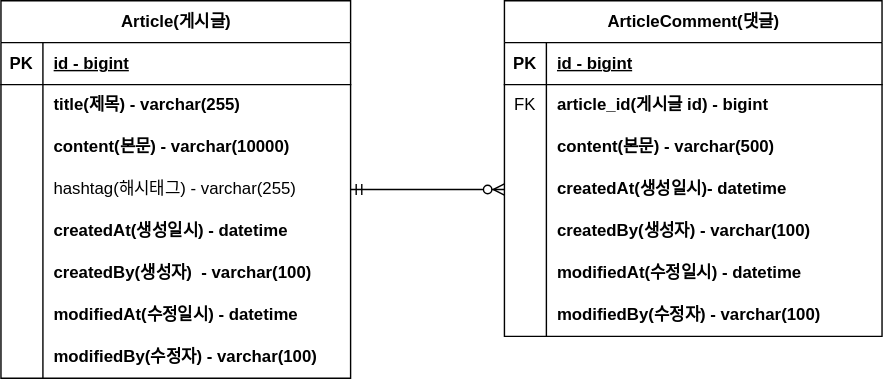
Before: document/project-board-erd.svg, a diagram exported from draw.io (slows14tem/fastcampus-project-board). Source tidied: cells renumbered, new cells last; positions are measured from the earlier drawing's top-left corner, leaving out a move shared by most shapes.
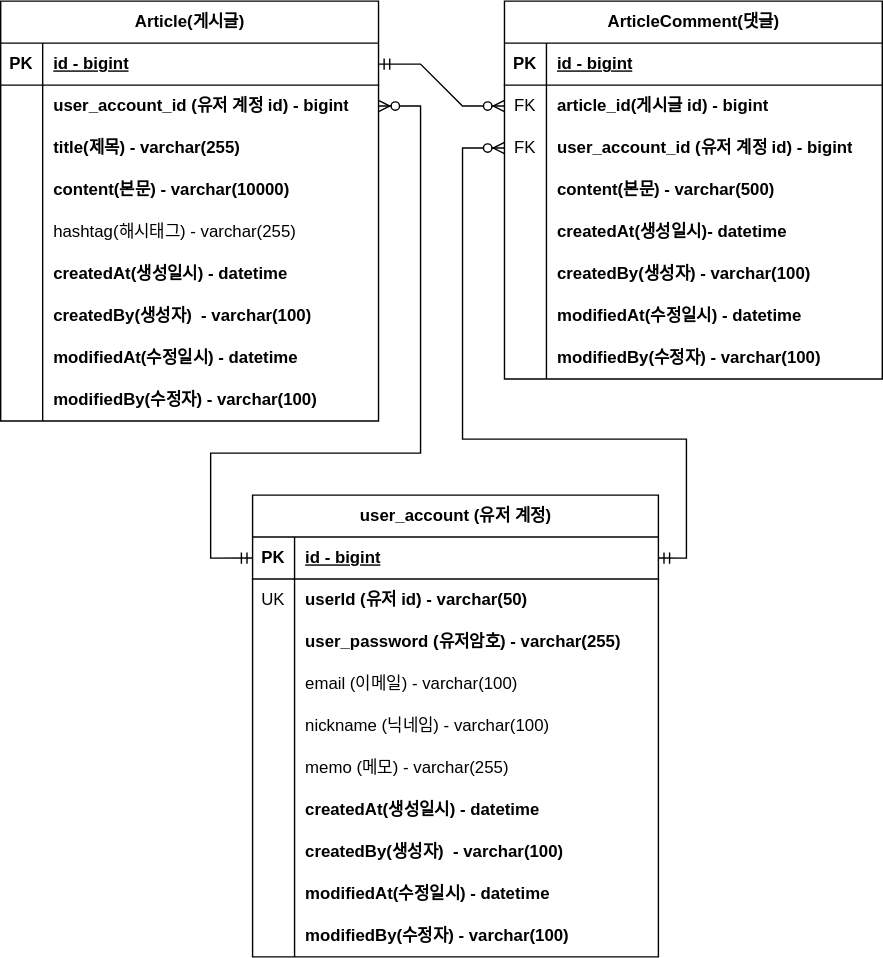
The same file after the commit.

Diff of the diagram source:
```diff
@@ -5,6 +5,6 @@
     <mxCell id="2" value="Article(게시글)" style="shape=table;startSize=30;rowLines=0;fontStyle=1;align=center;html=1;" parent="1" vertex="1">
-      <mxGeometry width="250" height="270" as="geometry" />
+      <mxGeometry width="270" height="300" as="geometry" />
     </mxCell>
     <mxCell id="3" style="shape=tableRow;horizontal=0;startSize=0;swimlaneHead=0;swimlaneBody=0;fillColor=none;points=[[0,0.5],[1,0.5]];portConstraint=eastwest;top=0;left=0;right=0;bottom=1;" parent="2" vertex="1">
-      <mxGeometry y="30" width="250" height="30" as="geometry" />
+      <mxGeometry y="30" width="270" height="30" as="geometry" />
     </mxCell>
@@ -14,6 +14,6 @@
     <mxCell id="5" value="id - bigint" style="shape=partialRectangle;fillColor=none;top=0;left=0;bottom=0;right=0;align=left;spacingLeft=6;fontStyle=5;overflow=hidden;whiteSpace=wrap;html=1;" parent="3" vertex="1">
-      <mxGeometry x="30" width="220" height="30" as="geometry" />
+      <mxGeometry x="30" width="240" height="30" as="geometry" />
     </mxCell>
     <mxCell id="6" style="shape=tableRow;horizontal=0;startSize=0;swimlaneHead=0;swimlaneBody=0;fillColor=none;points=[[0,0.5],[1,0.5]];portConstraint=eastwest;top=0;left=0;right=0;bottom=0;" parent="2" vertex="1">
-      <mxGeometry y="60" width="250" height="30" as="geometry" />
+      <mxGeometry y="60" width="270" height="30" as="geometry" />
     </mxCell>
@@ -22,7 +22,16 @@
     </mxCell>
-    <mxCell id="8" value="title(제목) - varchar(255)" style="shape=partialRectangle;fillColor=none;top=0;left=0;bottom=0;right=0;align=left;spacingLeft=6;overflow=hidden;whiteSpace=wrap;html=1;fontStyle=1;" parent="6" vertex="1">
-      <mxGeometry x="30" width="220" height="30" as="geometry" />
+    <mxCell id="8" value="user_account_id (유저 계정 id) - bigint" style="shape=partialRectangle;fillColor=none;top=0;left=0;bottom=0;right=0;align=left;spacingLeft=6;overflow=hidden;whiteSpace=wrap;html=1;fontStyle=1;" parent="6" vertex="1">
+      <mxGeometry x="30" width="240" height="30" as="geometry" />
     </mxCell>
+    <mxCell id="50" style="shape=tableRow;horizontal=0;startSize=0;swimlaneHead=0;swimlaneBody=0;fillColor=none;top=0;left=0;right=0;bottom=0;" parent="2" vertex="1">
+      <mxGeometry y="90" width="270" height="30" as="geometry" />
+    </mxCell>
+    <mxCell id="51" style="shape=partialRectangle;fillColor=none;top=0;left=0;bottom=0;right=0;overflow=hidden;whiteSpace=wrap;html=1;" parent="50" vertex="1">
+      <mxGeometry width="30" height="30" as="geometry" />
+    </mxCell>
+    <mxCell id="52" value="title(제목) - varchar(255)" style="shape=partialRectangle;fillColor=none;top=0;left=0;bottom=0;right=0;align=left;spacingLeft=6;overflow=hidden;whiteSpace=wrap;html=1;fontStyle=1;" parent="50" vertex="1">
+      <mxGeometry x="30" width="240" height="30" as="geometry" />
+    </mxCell>
     <mxCell id="9" style="shape=tableRow;horizontal=0;startSize=0;swimlaneHead=0;swimlaneBody=0;fillColor=none;top=0;left=0;right=0;bottom=0;" parent="2" vertex="1">
-      <mxGeometry y="90" width="250" height="30" as="geometry" />
+      <mxGeometry y="120" width="270" height="30" as="geometry" />
     </mxCell>
@@ -32,6 +41,6 @@
     <mxCell id="11" value="content(본문) - varchar(10000)" style="shape=partialRectangle;fillColor=none;top=0;left=0;bottom=0;right=0;align=left;spacingLeft=6;overflow=hidden;whiteSpace=wrap;html=1;fontStyle=1;" parent="9" vertex="1">
-      <mxGeometry x="30" width="220" height="30" as="geometry" />
+      <mxGeometry x="30" width="240" height="30" as="geometry" />
     </mxCell>
     <mxCell id="12" style="shape=tableRow;horizontal=0;startSize=0;swimlaneHead=0;swimlaneBody=0;fillColor=none;points=[[0,0.5],[1,0.5]];portConstraint=eastwest;top=0;left=0;right=0;bottom=0;" parent="2" vertex="1">
-      <mxGeometry y="120" width="250" height="30" as="geometry" />
+      <mxGeometry y="150" width="270" height="30" as="geometry" />
     </mxCell>
@@ -41,6 +50,6 @@
     <mxCell id="14" value="hashtag(해시태그)&amp;nbsp;- varchar(255)" style="shape=partialRectangle;fillColor=none;top=0;left=0;bottom=0;right=0;align=left;spacingLeft=6;overflow=hidden;whiteSpace=wrap;html=1;" parent="12" vertex="1">
-      <mxGeometry x="30" width="220" height="30" as="geometry" />
+      <mxGeometry x="30" width="240" height="30" as="geometry" />
     </mxCell>
     <mxCell id="15" style="shape=tableRow;horizontal=0;startSize=0;swimlaneHead=0;swimlaneBody=0;fillColor=none;top=0;left=0;right=0;bottom=0;" parent="2" vertex="1">
-      <mxGeometry y="150" width="250" height="30" as="geometry" />
+      <mxGeometry y="180" width="270" height="30" as="geometry" />
     </mxCell>
@@ -50,6 +59,6 @@
     <mxCell id="17" value="createdAt(생성일시) - datetime" style="shape=partialRectangle;fillColor=none;top=0;left=0;bottom=0;right=0;align=left;spacingLeft=6;overflow=hidden;whiteSpace=wrap;html=1;fontStyle=1;" parent="15" vertex="1">
-      <mxGeometry x="30" width="220" height="30" as="geometry" />
+      <mxGeometry x="30" width="240" height="30" as="geometry" />
     </mxCell>
     <mxCell id="18" style="shape=tableRow;horizontal=0;startSize=0;swimlaneHead=0;swimlaneBody=0;fillColor=none;top=0;left=0;right=0;bottom=0;" parent="2" vertex="1">
-      <mxGeometry y="180" width="250" height="30" as="geometry" />
+      <mxGeometry y="210" width="270" height="30" as="geometry" />
     </mxCell>
@@ -59,6 +68,6 @@
     <mxCell id="20" value="createdBy(생성자)&amp;nbsp;&amp;nbsp;- varchar(100)" style="shape=partialRectangle;fillColor=none;top=0;left=0;bottom=0;right=0;align=left;spacingLeft=6;overflow=hidden;whiteSpace=wrap;html=1;fontStyle=1;" parent="18" vertex="1">
-      <mxGeometry x="30" width="220" height="30" as="geometry" />
+      <mxGeometry x="30" width="240" height="30" as="geometry" />
     </mxCell>
     <mxCell id="21" style="shape=tableRow;horizontal=0;startSize=0;swimlaneHead=0;swimlaneBody=0;fillColor=none;top=0;left=0;right=0;bottom=0;" parent="2" vertex="1">
-      <mxGeometry y="210" width="250" height="30" as="geometry" />
+      <mxGeometry y="240" width="270" height="30" as="geometry" />
     </mxCell>
@@ -68,6 +77,6 @@
     <mxCell id="23" value="modifiedAt(수정일시) - datetime" style="shape=partialRectangle;fillColor=none;top=0;left=0;bottom=0;right=0;align=left;spacingLeft=6;overflow=hidden;whiteSpace=wrap;html=1;fontStyle=1;" parent="21" vertex="1">
-      <mxGeometry x="30" width="220" height="30" as="geometry" />
+      <mxGeometry x="30" width="240" height="30" as="geometry" />
     </mxCell>
     <mxCell id="24" style="shape=tableRow;horizontal=0;startSize=0;swimlaneHead=0;swimlaneBody=0;fillColor=none;top=0;left=0;right=0;bottom=0;" parent="2" vertex="1">
-      <mxGeometry y="240" width="250" height="30" as="geometry" />
+      <mxGeometry y="270" width="270" height="30" as="geometry" />
     </mxCell>
@@ -77,6 +86,6 @@
     <mxCell id="26" value="modifiedBy(수정자)&amp;nbsp;- varchar(100)" style="shape=partialRectangle;fillColor=none;top=0;left=0;bottom=0;right=0;align=left;spacingLeft=6;overflow=hidden;whiteSpace=wrap;html=1;fontStyle=1;" parent="24" vertex="1">
-      <mxGeometry x="30" width="220" height="30" as="geometry" />
+      <mxGeometry x="30" width="240" height="30" as="geometry" />
     </mxCell>
     <mxCell id="27" value="ArticleComment(댓글)" style="shape=table;startSize=30;rowLines=0;fontStyle=1;align=center;html=1;" parent="1" vertex="1">
-      <mxGeometry x="360" width="270" height="240" as="geometry" />
+      <mxGeometry x="360" width="270" height="270" as="geometry" />
     </mxCell>
@@ -100,4 +109,13 @@
     </mxCell>
+    <mxCell id="53" style="shape=tableRow;horizontal=0;startSize=0;swimlaneHead=0;swimlaneBody=0;fillColor=none;points=[[0,0.5],[1,0.5]];portConstraint=eastwest;top=0;left=0;right=0;bottom=0;" parent="27" vertex="1">
+      <mxGeometry y="90" width="270" height="30" as="geometry" />
+    </mxCell>
+    <mxCell id="54" value="FK" style="shape=partialRectangle;fillColor=none;top=0;left=0;bottom=0;right=0;overflow=hidden;whiteSpace=wrap;html=1;" parent="53" vertex="1">
+      <mxGeometry width="30" height="30" as="geometry" />
+    </mxCell>
+    <mxCell id="55" value="user_account_id (유저 계정 id) - bigint" style="shape=partialRectangle;fillColor=none;top=0;left=0;bottom=0;right=0;align=left;spacingLeft=6;overflow=hidden;whiteSpace=wrap;html=1;fontStyle=1;" parent="53" vertex="1">
+      <mxGeometry x="30" width="240" height="30" as="geometry" />
+    </mxCell>
     <mxCell id="34" style="shape=tableRow;horizontal=0;startSize=0;swimlaneHead=0;swimlaneBody=0;fillColor=none;top=0;left=0;right=0;bottom=0;" parent="27" vertex="1">
-      <mxGeometry y="90" width="270" height="30" as="geometry" />
+      <mxGeometry y="120" width="270" height="30" as="geometry" />
     </mxCell>
@@ -110,3 +128,3 @@
     <mxCell id="37" style="shape=tableRow;horizontal=0;startSize=0;swimlaneHead=0;swimlaneBody=0;fillColor=none;points=[[0,0.5],[1,0.5]];portConstraint=eastwest;top=0;left=0;right=0;bottom=0;" parent="27" vertex="1">
-      <mxGeometry y="120" width="270" height="30" as="geometry" />
+      <mxGeometry y="150" width="270" height="30" as="geometry" />
     </mxCell>
@@ -119,3 +137,3 @@
     <mxCell id="40" style="shape=tableRow;horizontal=0;startSize=0;swimlaneHead=0;swimlaneBody=0;fillColor=none;top=0;left=0;right=0;bottom=0;" parent="27" vertex="1">
-      <mxGeometry y="150" width="270" height="30" as="geometry" />
+      <mxGeometry y="180" width="270" height="30" as="geometry" />
     </mxCell>
@@ -128,3 +146,3 @@
     <mxCell id="43" style="shape=tableRow;horizontal=0;startSize=0;swimlaneHead=0;swimlaneBody=0;fillColor=none;top=0;left=0;right=0;bottom=0;" parent="27" vertex="1">
-      <mxGeometry y="180" width="270" height="30" as="geometry" />
+      <mxGeometry y="210" width="270" height="30" as="geometry" />
     </mxCell>
@@ -137,3 +155,3 @@
     <mxCell id="46" style="shape=tableRow;horizontal=0;startSize=0;swimlaneHead=0;swimlaneBody=0;fillColor=none;top=0;left=0;right=0;bottom=0;" parent="27" vertex="1">
-      <mxGeometry y="210" width="270" height="30" as="geometry" />
+      <mxGeometry y="240" width="270" height="30" as="geometry" />
     </mxCell>
@@ -145,5 +163,118 @@
     </mxCell>
-    <mxCell id="49" style="edgeStyle=entityRelationEdgeStyle;fontSize=12;html=1;endArrow=ERzeroToMany;startArrow=ERmandOne;rounded=0;exitX=1;exitY=0.5;exitDx=0;exitDy=0;entryX=0;entryY=0.5;entryDx=0;entryDy=0;" parent="1" edge="1" source="12" target="37">
+    <mxCell id="49" style="edgeStyle=entityRelationEdgeStyle;fontSize=12;html=1;endArrow=ERzeroToMany;startArrow=ERmandOne;rounded=0;exitX=1;exitY=0.5;exitDx=0;exitDy=0;entryX=0;entryY=0.5;entryDx=0;entryDy=0;" parent="1" edge="1" source="3" target="31">
       <mxGeometry relative="1" as="geometry" />
     </mxCell>
+    <mxCell id="56" value="user_account (유저 계정)" style="shape=table;startSize=30;rowLines=0;fontStyle=1;align=center;html=1;" parent="1" vertex="1">
+      <mxGeometry x="180" y="353" width="290" height="330" as="geometry" />
+    </mxCell>
+    <mxCell id="57" style="shape=tableRow;horizontal=0;startSize=0;swimlaneHead=0;swimlaneBody=0;fillColor=none;points=[[0,0.5],[1,0.5]];portConstraint=eastwest;top=0;left=0;right=0;bottom=1;" parent="56" vertex="1">
+      <mxGeometry y="30" width="290" height="30" as="geometry" />
+    </mxCell>
+    <mxCell id="58" value="PK" style="shape=partialRectangle;fillColor=none;top=0;left=0;bottom=0;right=0;fontStyle=1;overflow=hidden;whiteSpace=wrap;html=1;" parent="57" vertex="1">
+      <mxGeometry width="30" height="30" as="geometry" />
+    </mxCell>
+    <mxCell id="59" value="id - bigint" style="shape=partialRectangle;fillColor=none;top=0;left=0;bottom=0;right=0;align=left;spacingLeft=6;fontStyle=5;overflow=hidden;whiteSpace=wrap;html=1;" parent="57" vertex="1">
+      <mxGeometry x="30" width="260" height="30" as="geometry" />
+    </mxCell>
+    <mxCell id="60" style="shape=tableRow;horizontal=0;startSize=0;swimlaneHead=0;swimlaneBody=0;fillColor=none;top=0;left=0;right=0;bottom=0;" parent="56" vertex="1">
+      <mxGeometry y="60" width="290" height="30" as="geometry" />
+    </mxCell>
+    <mxCell id="61" value="UK" style="shape=partialRectangle;fillColor=none;top=0;left=0;bottom=0;right=0;overflow=hidden;whiteSpace=wrap;html=1;" parent="60" vertex="1">
+      <mxGeometry width="30" height="30" as="geometry" />
+    </mxCell>
+    <mxCell id="62" value="userId (유저 id) - varchar(50)" style="shape=partialRectangle;fillColor=none;top=0;left=0;bottom=0;right=0;align=left;spacingLeft=6;overflow=hidden;whiteSpace=wrap;html=1;fontStyle=1;" parent="60" vertex="1">
+      <mxGeometry x="30" width="260" height="30" as="geometry" />
+    </mxCell>
+    <mxCell id="63" style="shape=tableRow;horizontal=0;startSize=0;swimlaneHead=0;swimlaneBody=0;fillColor=none;top=0;left=0;right=0;bottom=0;" parent="56" vertex="1">
+      <mxGeometry y="90" width="290" height="30" as="geometry" />
+    </mxCell>
+    <mxCell id="64" style="shape=partialRectangle;fillColor=none;top=0;left=0;bottom=0;right=0;overflow=hidden;whiteSpace=wrap;html=1;" parent="63" vertex="1">
+      <mxGeometry width="30" height="30" as="geometry" />
+    </mxCell>
+    <mxCell id="65" value="user_password (유저암호) - varchar(255)" style="shape=partialRectangle;fillColor=none;top=0;left=0;bottom=0;right=0;align=left;spacingLeft=6;overflow=hidden;whiteSpace=wrap;html=1;fontStyle=1;" parent="63" vertex="1">
+      <mxGeometry x="30" width="260" height="30" as="geometry" />
+    </mxCell>
+    <mxCell id="66" style="shape=tableRow;horizontal=0;startSize=0;swimlaneHead=0;swimlaneBody=0;fillColor=none;top=0;left=0;right=0;bottom=0;" parent="56" vertex="1">
+      <mxGeometry y="120" width="290" height="30" as="geometry" />
+    </mxCell>
+    <mxCell id="67" style="shape=partialRectangle;fillColor=none;top=0;left=0;bottom=0;right=0;overflow=hidden;whiteSpace=wrap;html=1;" parent="66" vertex="1">
+      <mxGeometry width="30" height="30" as="geometry" />
+    </mxCell>
+    <mxCell id="68" value="&lt;span style=&quot;font-weight: normal;&quot;&gt;email (이메일) - varchar(100)&lt;/span&gt;" style="shape=partialRectangle;fillColor=none;top=0;left=0;bottom=0;right=0;align=left;spacingLeft=6;overflow=hidden;whiteSpace=wrap;html=1;fontStyle=1;" parent="66" vertex="1">
+      <mxGeometry x="30" width="260" height="30" as="geometry" />
+    </mxCell>
+    <mxCell id="69" style="shape=tableRow;horizontal=0;startSize=0;swimlaneHead=0;swimlaneBody=0;fillColor=none;top=0;left=0;right=0;bottom=0;" parent="56" vertex="1">
+      <mxGeometry y="150" width="290" height="30" as="geometry" />
+    </mxCell>
+    <mxCell id="70" style="shape=partialRectangle;fillColor=none;top=0;left=0;bottom=0;right=0;overflow=hidden;whiteSpace=wrap;html=1;" parent="69" vertex="1">
+      <mxGeometry width="30" height="30" as="geometry" />
+    </mxCell>
+    <mxCell id="71" value="nickname (닉네임) - varchar(100)" style="shape=partialRectangle;fillColor=none;top=0;left=0;bottom=0;right=0;align=left;spacingLeft=6;overflow=hidden;whiteSpace=wrap;html=1;" parent="69" vertex="1">
+      <mxGeometry x="30" width="260" height="30" as="geometry" />
+    </mxCell>
+    <mxCell id="72" style="shape=tableRow;horizontal=0;startSize=0;swimlaneHead=0;swimlaneBody=0;fillColor=none;top=0;left=0;right=0;bottom=0;" parent="56" vertex="1">
+      <mxGeometry y="180" width="290" height="30" as="geometry" />
+    </mxCell>
+    <mxCell id="73" style="shape=partialRectangle;fillColor=none;top=0;left=0;bottom=0;right=0;overflow=hidden;whiteSpace=wrap;html=1;" parent="72" vertex="1">
+      <mxGeometry width="30" height="30" as="geometry" />
+    </mxCell>
+    <mxCell id="74" value="memo (메모) - varchar(255)" style="shape=partialRectangle;fillColor=none;top=0;left=0;bottom=0;right=0;align=left;spacingLeft=6;overflow=hidden;whiteSpace=wrap;html=1;" parent="72" vertex="1">
+      <mxGeometry x="30" width="260" height="30" as="geometry" />
+    </mxCell>
+    <mxCell id="75" style="shape=tableRow;horizontal=0;startSize=0;swimlaneHead=0;swimlaneBody=0;fillColor=none;top=0;left=0;right=0;bottom=0;" parent="56" vertex="1">
+      <mxGeometry y="210" width="290" height="30" as="geometry" />
+    </mxCell>
+    <mxCell id="76" style="shape=partialRectangle;fillColor=none;top=0;left=0;bottom=0;right=0;overflow=hidden;whiteSpace=wrap;html=1;" parent="75" vertex="1">
+      <mxGeometry width="30" height="30" as="geometry" />
+    </mxCell>
+    <mxCell id="77" value="createdAt(생성일시) - datetime" style="shape=partialRectangle;fillColor=none;top=0;left=0;bottom=0;right=0;align=left;spacingLeft=6;overflow=hidden;whiteSpace=wrap;html=1;fontStyle=1;" parent="75" vertex="1">
+      <mxGeometry x="30" width="260" height="30" as="geometry" />
+    </mxCell>
+    <mxCell id="78" style="shape=tableRow;horizontal=0;startSize=0;swimlaneHead=0;swimlaneBody=0;fillColor=none;top=0;left=0;right=0;bottom=0;" parent="56" vertex="1">
+      <mxGeometry y="240" width="290" height="30" as="geometry" />
+    </mxCell>
+    <mxCell id="79" style="shape=partialRectangle;fillColor=none;top=0;left=0;bottom=0;right=0;overflow=hidden;whiteSpace=wrap;html=1;" parent="78" vertex="1">
+      <mxGeometry width="30" height="30" as="geometry" />
+    </mxCell>
+    <mxCell id="80" value="createdBy(생성자)&amp;nbsp;&amp;nbsp;- varchar(100)" style="shape=partialRectangle;fillColor=none;top=0;left=0;bottom=0;right=0;align=left;spacingLeft=6;overflow=hidden;whiteSpace=wrap;html=1;fontStyle=1;" parent="78" vertex="1">
+      <mxGeometry x="30" width="260" height="30" as="geometry" />
+    </mxCell>
+    <mxCell id="81" style="shape=tableRow;horizontal=0;startSize=0;swimlaneHead=0;swimlaneBody=0;fillColor=none;top=0;left=0;right=0;bottom=0;" parent="56" vertex="1">
+      <mxGeometry y="270" width="290" height="30" as="geometry" />
+    </mxCell>
+    <mxCell id="82" style="shape=partialRectangle;fillColor=none;top=0;left=0;bottom=0;right=0;overflow=hidden;whiteSpace=wrap;html=1;" parent="81" vertex="1">
+      <mxGeometry width="30" height="30" as="geometry" />
+    </mxCell>
+    <mxCell id="83" value="modifiedAt(수정일시) - datetime" style="shape=partialRectangle;fillColor=none;top=0;left=0;bottom=0;right=0;align=left;spacingLeft=6;overflow=hidden;whiteSpace=wrap;html=1;fontStyle=1;" parent="81" vertex="1">
+      <mxGeometry x="30" width="260" height="30" as="geometry" />
+    </mxCell>
+    <mxCell id="84" style="shape=tableRow;horizontal=0;startSize=0;swimlaneHead=0;swimlaneBody=0;fillColor=none;top=0;left=0;right=0;bottom=0;" parent="56" vertex="1">
+      <mxGeometry y="300" width="290" height="30" as="geometry" />
+    </mxCell>
+    <mxCell id="85" style="shape=partialRectangle;fillColor=none;top=0;left=0;bottom=0;right=0;overflow=hidden;whiteSpace=wrap;html=1;" parent="84" vertex="1">
+      <mxGeometry width="30" height="30" as="geometry" />
+    </mxCell>
+    <mxCell id="86" value="modifiedBy(수정자)&amp;nbsp;- varchar(100)" style="shape=partialRectangle;fillColor=none;top=0;left=0;bottom=0;right=0;align=left;spacingLeft=6;overflow=hidden;whiteSpace=wrap;html=1;fontStyle=1;" parent="84" vertex="1">
+      <mxGeometry x="30" width="260" height="30" as="geometry" />
+    </mxCell>
+    <mxCell id="87" style="edgeStyle=orthogonalEdgeStyle;fontSize=12;html=1;endArrow=ERzeroToMany;startArrow=ERmandOne;rounded=0;exitX=0;exitY=0.5;exitDx=0;exitDy=0;" parent="1" edge="1" source="57" target="6">
+      <mxGeometry relative="1" as="geometry">
+        <Array as="points">
+          <mxPoint x="150" y="398" />
+          <mxPoint x="150" y="323" />
+          <mxPoint x="300" y="323" />
+          <mxPoint x="300" y="75" />
+        </Array>
+      </mxGeometry>
+    </mxCell>
+    <mxCell id="88" style="edgeStyle=orthogonalEdgeStyle;fontSize=12;html=1;endArrow=ERzeroToMany;startArrow=ERmandOne;rounded=0;entryX=0;entryY=0.5;entryDx=0;entryDy=0;exitX=1;exitY=0.5;exitDx=0;exitDy=0;" parent="1" edge="1" source="57" target="53">
+      <mxGeometry relative="1" as="geometry">
+        <Array as="points">
+          <mxPoint x="490" y="398" />
+          <mxPoint x="490" y="313" />
+          <mxPoint x="330" y="313" />
+          <mxPoint x="330" y="105" />
+        </Array>
+      </mxGeometry>
+    </mxCell>
   </root>
```
